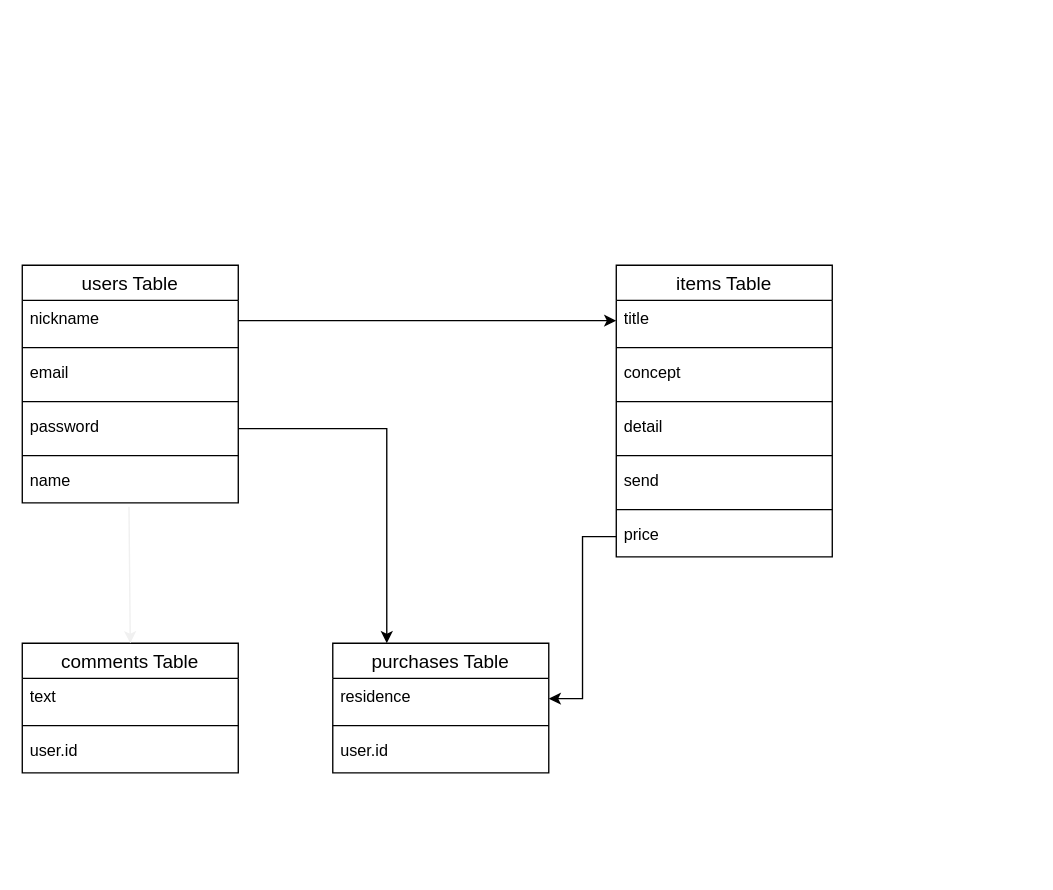
xingyoudeac/furima-34365 keeps this draw.io diagram as test.dio. Above is the earlier version. Source tidied: cells renumbered, new cells numbered last; positions are measured from the earlier drawing's top-left corner, leaving out a move shared by most shapes. Both pictures are drawn from the tidied source at 135%, with x=0, y=0 at pixel (22, 265).
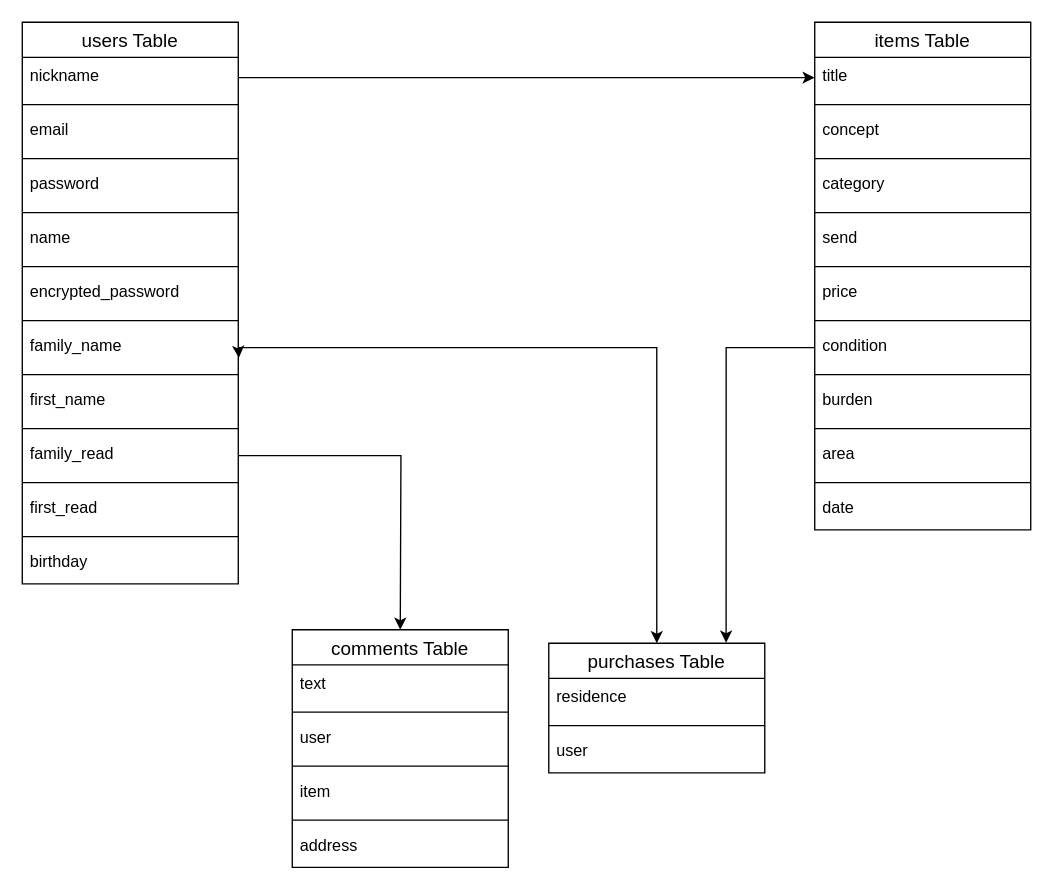
Above is the later version.

The change refers to these unchanged cells:
```xml
<mxCell id="7" value="password" style="text;strokeColor=none;fillColor=none;spacingLeft=4;spacingRight=4;overflow=hidden;points=[[0,0.5],[1,0.5]];portConstraint=eastwest;fontSize=12;" parent="2" vertex="1">
  <mxGeometry y="106" width="160" height="30" as="geometry" />
</mxCell>
<mxCell id="9" value="name" style="text;strokeColor=none;fillColor=none;spacingLeft=4;spacingRight=4;overflow=hidden;points=[[0,0.5],[1,0.5]];portConstraint=eastwest;fontSize=12;" parent="2" vertex="1">
  <mxGeometry y="146" width="160" height="30" as="geometry" />
</mxCell>
<mxCell id="11" value="title" style="text;strokeColor=none;fillColor=none;spacingLeft=4;spacingRight=4;overflow=hidden;points=[[0,0.5],[1,0.5]];portConstraint=eastwest;fontSize=12;" parent="10" vertex="1">
  <mxGeometry y="26" width="160" height="30" as="geometry" />
</mxCell>
<mxCell id="19" value="price" style="text;strokeColor=none;fillColor=none;spacingLeft=4;spacingRight=4;overflow=hidden;points=[[0,0.5],[1,0.5]];portConstraint=eastwest;fontSize=12;" parent="10" vertex="1">
  <mxGeometry y="186" width="160" height="30" as="geometry" />
</mxCell>
<mxCell id="27" value="residence" style="text;strokeColor=none;fillColor=none;spacingLeft=4;spacingRight=4;overflow=hidden;points=[[0,0.5],[1,0.5]];portConstraint=eastwest;fontSize=12;" parent="26" vertex="1">
  <mxGeometry y="26" width="160" height="30" as="geometry" />
</mxCell>
```

The edit, as a diff of the source:
```diff
@@
     <mxCell id="2" value="users Table" style="swimlane;fontStyle=0;horizontal=1;startSize=26;align=center;fontSize=14;" parent="1" vertex="1">
-      <mxGeometry width="160" height="176" as="geometry" />
+      <mxGeometry y="-180" width="160" height="416" as="geometry" />
     </mxCell>
@@
+    <mxCell id="34" style="line;strokeWidth=1;dashed=0;labelPosition=right;align=left;verticalAlign=middle;spacingTop=0;spacingLeft=6;" parent="2" vertex="1">
+      <mxGeometry y="176" width="160" height="10" as="geometry" />
+    </mxCell>
+    <mxCell id="35" value="encrypted_password" style="text;strokeColor=none;fillColor=none;spacingLeft=4;spacingRight=4;overflow=hidden;fontSize=12;" parent="2" vertex="1">
+      <mxGeometry y="186" width="160" height="30" as="geometry" />
+    </mxCell>
+    <mxCell id="36" style="line;strokeWidth=1;dashed=0;labelPosition=right;align=left;verticalAlign=middle;spacingTop=0;spacingLeft=6;" parent="2" vertex="1">
+      <mxGeometry y="216" width="160" height="10" as="geometry" />
+    </mxCell>
+    <mxCell id="37" value="family_name" style="text;strokeColor=none;fillColor=none;spacingLeft=4;spacingRight=4;overflow=hidden;points=[[0,0.5],[1,0.5]];portConstraint=eastwest;fontSize=12;" parent="2" vertex="1">
+      <mxGeometry y="226" width="160" height="30" as="geometry" />
+    </mxCell>
+    <mxCell id="38" style="line;strokeWidth=1;dashed=0;labelPosition=right;align=left;verticalAlign=middle;spacingTop=0;spacingLeft=6;" parent="2" vertex="1">
+      <mxGeometry y="256" width="160" height="10" as="geometry" />
+    </mxCell>
+    <mxCell id="39" value="first_name" style="text;strokeColor=none;fillColor=none;spacingLeft=4;spacingRight=4;overflow=hidden;fontSize=12;" parent="2" vertex="1">
+      <mxGeometry y="266" width="160" height="30" as="geometry" />
+    </mxCell>
+    <mxCell id="40" style="line;strokeWidth=1;dashed=0;labelPosition=right;align=left;verticalAlign=middle;spacingTop=0;spacingLeft=6;" parent="2" vertex="1">
+      <mxGeometry y="296" width="160" height="10" as="geometry" />
+    </mxCell>
+    <mxCell id="41" value="family_read" style="text;strokeColor=none;fillColor=none;spacingLeft=4;spacingRight=4;overflow=hidden;points=[[0,0.5],[1,0.5]];portConstraint=eastwest;fontSize=12;" parent="2" vertex="1">
+      <mxGeometry y="306" width="160" height="30" as="geometry" />
+    </mxCell>
+    <mxCell id="42" style="line;strokeWidth=1;dashed=0;labelPosition=right;align=left;verticalAlign=middle;spacingTop=0;spacingLeft=6;" parent="2" vertex="1">
+      <mxGeometry y="336" width="160" height="10" as="geometry" />
+    </mxCell>
+    <mxCell id="43" value="first_read" style="text;strokeColor=none;fillColor=none;spacingLeft=4;spacingRight=4;overflow=hidden;fontSize=12;" parent="2" vertex="1">
+      <mxGeometry y="346" width="160" height="30" as="geometry" />
+    </mxCell>
+    <mxCell id="44" style="line;strokeWidth=1;dashed=0;labelPosition=right;align=left;verticalAlign=middle;spacingTop=0;spacingLeft=6;" parent="2" vertex="1">
+      <mxGeometry y="376" width="160" height="10" as="geometry" />
+    </mxCell>
+    <mxCell id="45" value="birthday" style="text;strokeColor=none;fillColor=none;spacingLeft=4;spacingRight=4;overflow=hidden;fontSize=12;" parent="2" vertex="1">
+      <mxGeometry y="386" width="160" height="30" as="geometry" />
+    </mxCell>
+    <mxCell id="46" style="edgeStyle=orthogonalEdgeStyle;rounded=0;orthogonalLoop=1;jettySize=auto;html=1;exitX=1;exitY=0.5;exitDx=0;exitDy=0;entryX=1.003;entryY=0.753;entryDx=0;entryDy=0;entryPerimeter=0;" parent="2" edge="1" source="37" target="37">
+      <mxGeometry relative="1" as="geometry" />
+    </mxCell>
     <mxCell id="10" value="items Table" style="swimlane;fontStyle=0;horizontal=1;startSize=26;align=center;fontSize=14;" parent="1" vertex="1">
-      <mxGeometry x="440" width="160" height="216" as="geometry" />
+      <mxGeometry x="587" y="-180" width="160" height="376" as="geometry" />
     </mxCell>
@@
-    <mxCell id="15" value="detail" style="text;strokeColor=none;fillColor=none;spacingLeft=4;spacingRight=4;overflow=hidden;fontSize=12;" parent="10" vertex="1">
+    <mxCell id="15" value="category" style="text;strokeColor=none;fillColor=none;spacingLeft=4;spacingRight=4;overflow=hidden;fontSize=12;" parent="10" vertex="1">
       <mxGeometry y="106" width="160" height="30" as="geometry" />
     </mxCell>
@@
+    <mxCell id="47" style="line;strokeWidth=1;dashed=0;labelPosition=right;align=left;verticalAlign=middle;spacingTop=0;spacingLeft=6;" parent="10" vertex="1">
+      <mxGeometry y="216" width="160" height="10" as="geometry" />
+    </mxCell>
+    <mxCell id="48" value="condition" style="text;strokeColor=none;fillColor=none;spacingLeft=4;spacingRight=4;overflow=hidden;points=[[0,0.5],[1,0.5]];portConstraint=eastwest;fontSize=12;" parent="10" vertex="1">
+      <mxGeometry y="226" width="160" height="30" as="geometry" />
+    </mxCell>
+    <mxCell id="49" style="line;strokeWidth=1;dashed=0;labelPosition=right;align=left;verticalAlign=middle;spacingTop=0;spacingLeft=6;" parent="10" vertex="1">
+      <mxGeometry y="256" width="160" height="10" as="geometry" />
+    </mxCell>
+    <mxCell id="50" value="burden" style="text;strokeColor=none;fillColor=none;spacingLeft=4;spacingRight=4;overflow=hidden;fontSize=12;" parent="10" vertex="1">
+      <mxGeometry y="266" width="160" height="30" as="geometry" />
+    </mxCell>
+    <mxCell id="51" style="line;strokeWidth=1;dashed=0;labelPosition=right;align=left;verticalAlign=middle;spacingTop=0;spacingLeft=6;" parent="10" vertex="1">
+      <mxGeometry y="296" width="160" height="10" as="geometry" />
+    </mxCell>
+    <mxCell id="52" value="area" style="text;strokeColor=none;fillColor=none;spacingLeft=4;spacingRight=4;overflow=hidden;fontSize=12;" parent="10" vertex="1">
+      <mxGeometry y="306" width="160" height="30" as="geometry" />
+    </mxCell>
+    <mxCell id="53" style="line;strokeWidth=1;dashed=0;labelPosition=right;align=left;verticalAlign=middle;spacingTop=0;spacingLeft=6;" parent="10" vertex="1">
+      <mxGeometry y="336" width="160" height="10" as="geometry" />
+    </mxCell>
+    <mxCell id="54" value="date" style="text;strokeColor=none;fillColor=none;spacingLeft=4;spacingRight=4;overflow=hidden;fontSize=12;" parent="10" vertex="1">
+      <mxGeometry y="346" width="160" height="30" as="geometry" />
+    </mxCell>
     <mxCell id="21" value="comments Table" style="swimlane;fontStyle=0;horizontal=1;startSize=26;align=center;fontSize=14;" parent="1" vertex="1">
-      <mxGeometry y="280" width="160" height="96" as="geometry" />
+      <mxGeometry x="200" y="270" width="160" height="176" as="geometry" />
     </mxCell>
@@
-    <mxCell id="24" value="user.id" style="text;strokeColor=none;fillColor=none;spacingLeft=4;spacingRight=4;overflow=hidden;fontSize=12;" parent="21" vertex="1">
+    <mxCell id="24" value="user" style="text;strokeColor=none;fillColor=none;spacingLeft=4;spacingRight=4;overflow=hidden;fontSize=12;" parent="21" vertex="1">
       <mxGeometry y="66" width="160" height="30" as="geometry" />
     </mxCell>
-    <mxCell id="25" style="edgeStyle=none;rounded=0;jettySize=auto;html=1;exitX=0.494;exitY=1.093;exitDx=0;exitDy=0;entryX=0.5;entryY=0;entryDx=0;entryDy=0;startArrow=none;startFill=0;strokeColor=#f0f0f0;exitPerimeter=0;" parent="1" edge="1" source="9" target="21">
-      <mxGeometry relative="1" as="geometry" />
-    </mxCell>
+    <mxCell id="55" style="line;strokeWidth=1;dashed=0;labelPosition=right;align=left;verticalAlign=middle;spacingTop=0;spacingLeft=6;" parent="21" vertex="1">
+      <mxGeometry y="96" width="160" height="10" as="geometry" />
+    </mxCell>
+    <mxCell id="56" value="item" style="text;strokeColor=none;fillColor=none;spacingLeft=4;spacingRight=4;overflow=hidden;fontSize=12;" parent="21" vertex="1">
+      <mxGeometry y="106" width="160" height="30" as="geometry" />
+    </mxCell>
+    <mxCell id="57" style="line;strokeWidth=1;dashed=0;labelPosition=right;align=left;verticalAlign=middle;spacingTop=0;spacingLeft=6;" parent="21" vertex="1">
+      <mxGeometry y="136" width="160" height="10" as="geometry" />
+    </mxCell>
+    <mxCell id="58" value="address" style="text;strokeColor=none;fillColor=none;spacingLeft=4;spacingRight=4;overflow=hidden;fontSize=12;" parent="21" vertex="1">
+      <mxGeometry y="146" width="160" height="30" as="geometry" />
+    </mxCell>
     <mxCell id="26" value="purchases Table" style="swimlane;fontStyle=0;horizontal=1;startSize=26;align=center;fontSize=14;" parent="1" vertex="1">
-      <mxGeometry x="230" y="280" width="160" height="96" as="geometry" />
+      <mxGeometry x="390" y="280" width="160" height="96" as="geometry" />
     </mxCell>
@@
-    <mxCell id="29" value="user.id" style="text;strokeColor=none;fillColor=none;spacingLeft=4;spacingRight=4;overflow=hidden;fontSize=12;" parent="26" vertex="1">
+    <mxCell id="29" value="user" style="text;strokeColor=none;fillColor=none;spacingLeft=4;spacingRight=4;overflow=hidden;fontSize=12;" parent="26" vertex="1">
       <mxGeometry y="66" width="160" height="30" as="geometry" />
     </mxCell>
-    <mxCell id="30" style="edgeStyle=orthogonalEdgeStyle;rounded=0;jettySize=auto;html=1;exitX=0;exitY=0.5;exitDx=0;exitDy=0;entryX=1;entryY=0.5;entryDx=0;entryDy=0;" parent="1" edge="1" source="19" target="27">
-      <mxGeometry relative="1" as="geometry" />
-    </mxCell>
-    <mxCell id="31" style="edgeStyle=orthogonalEdgeStyle;rounded=0;jettySize=auto;html=1;exitX=1;exitY=0.5;exitDx=0;exitDy=0;entryX=0.25;entryY=0;entryDx=0;entryDy=0;" parent="1" edge="1" source="7" target="26">
-      <mxGeometry relative="1" as="geometry" />
-    </mxCell>
-    <mxCell id="32" style="edgeStyle=orthogonalEdgeStyle;rounded=0;jettySize=auto;html=1;entryX=0;entryY=0.5;entryDx=0;entryDy=0;" parent="1" edge="1" target="11">
-      <mxGeometry relative="1" as="geometry">
-        <mxPoint x="440" y="41" as="sourcePoint" />
-      </mxGeometry>
-    </mxCell>
@@
+    <mxCell id="59" style="edgeStyle=orthogonalEdgeStyle;rounded=0;jettySize=auto;html=1;exitX=1;exitY=0.5;exitDx=0;exitDy=0;entryX=0.5;entryY=0;entryDx=0;entryDy=0;" parent="1" edge="1" source="37" target="26">
+      <mxGeometry relative="1" as="geometry" />
+    </mxCell>
+    <mxCell id="60" style="edgeStyle=orthogonalEdgeStyle;rounded=0;jettySize=auto;html=1;exitX=1;exitY=0.5;exitDx=0;exitDy=0;" parent="1" edge="1" source="41">
+      <mxGeometry relative="1" as="geometry">
+        <mxPoint x="280" y="270" as="targetPoint" />
+      </mxGeometry>
+    </mxCell>
+    <mxCell id="61" style="edgeStyle=orthogonalEdgeStyle;rounded=0;jettySize=auto;html=1;exitX=0;exitY=0.5;exitDx=0;exitDy=0;entryX=0.821;entryY=-0.004;entryDx=0;entryDy=0;entryPerimeter=0;" parent="1" edge="1" source="48" target="26">
+      <mxGeometry relative="1" as="geometry" />
+    </mxCell>
```
